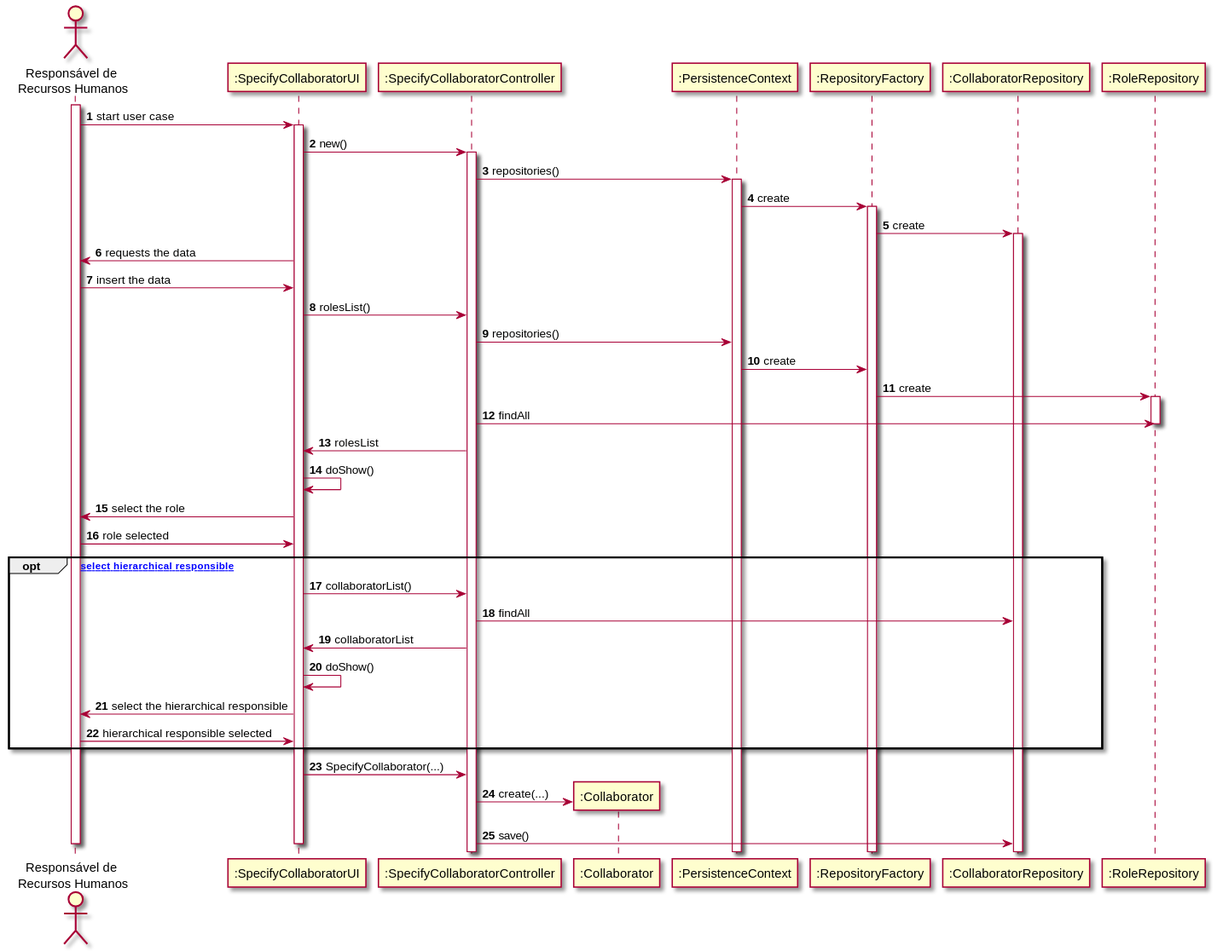
Before: Documents/UC2051 - EspecificacaoColaborador/2051_EspecificarColaborador.svg, a diagram exported from PlantUML (antoniomsbarros/Lapr4).
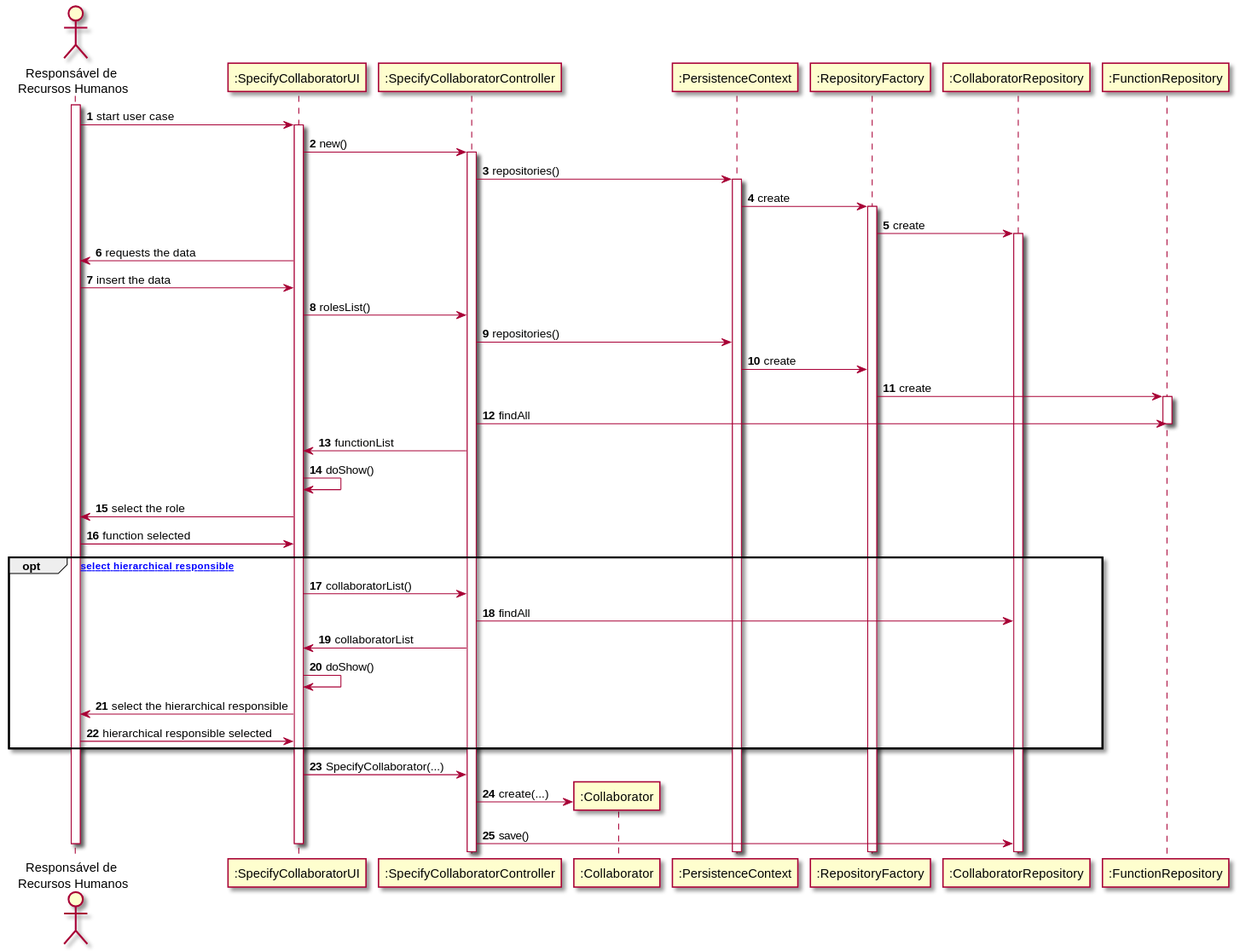
Later version of the same file.

Diff of the diagram source:
```diff
@@ -8,7 +8,7 @@
 participant ":PersistenceContext" as PERSISTENCE
 participant ":RepositoryFactory" as REP
 participant ":CollaboratorRepository" as COLLABORATOR_REP
-participant ":RoleRepository" as ROLE_REP
+participant ":FunctionRepository" as FUNC_REP
 
 activate RRH
 RRH -> UI: start user case
@@ -27,14 +27,14 @@
 UI -> CTRL: rolesList()
 CTRL -> PERSISTENCE: repositories()
 PERSISTENCE -> REP: create
-REP -> ROLE_REP: create
-activate ROLE_REP
-CTRL -> ROLE_REP: findAll
-deactivate ROLE_REP
-CTRL -> UI: rolesList
+REP -> FUNC_REP: create
+activate FUNC_REP
+CTRL -> FUNC_REP: findAll
+deactivate FUNC_REP
+CTRL -> UI: functionList
 UI -> UI: doShow()
 UI -> RRH: select the role
-RRH -> UI: role selected
+RRH -> UI: function selected
 
 OPT [                select hierarchical responsible ]
 UI -> CTRL: collaboratorList()
```
